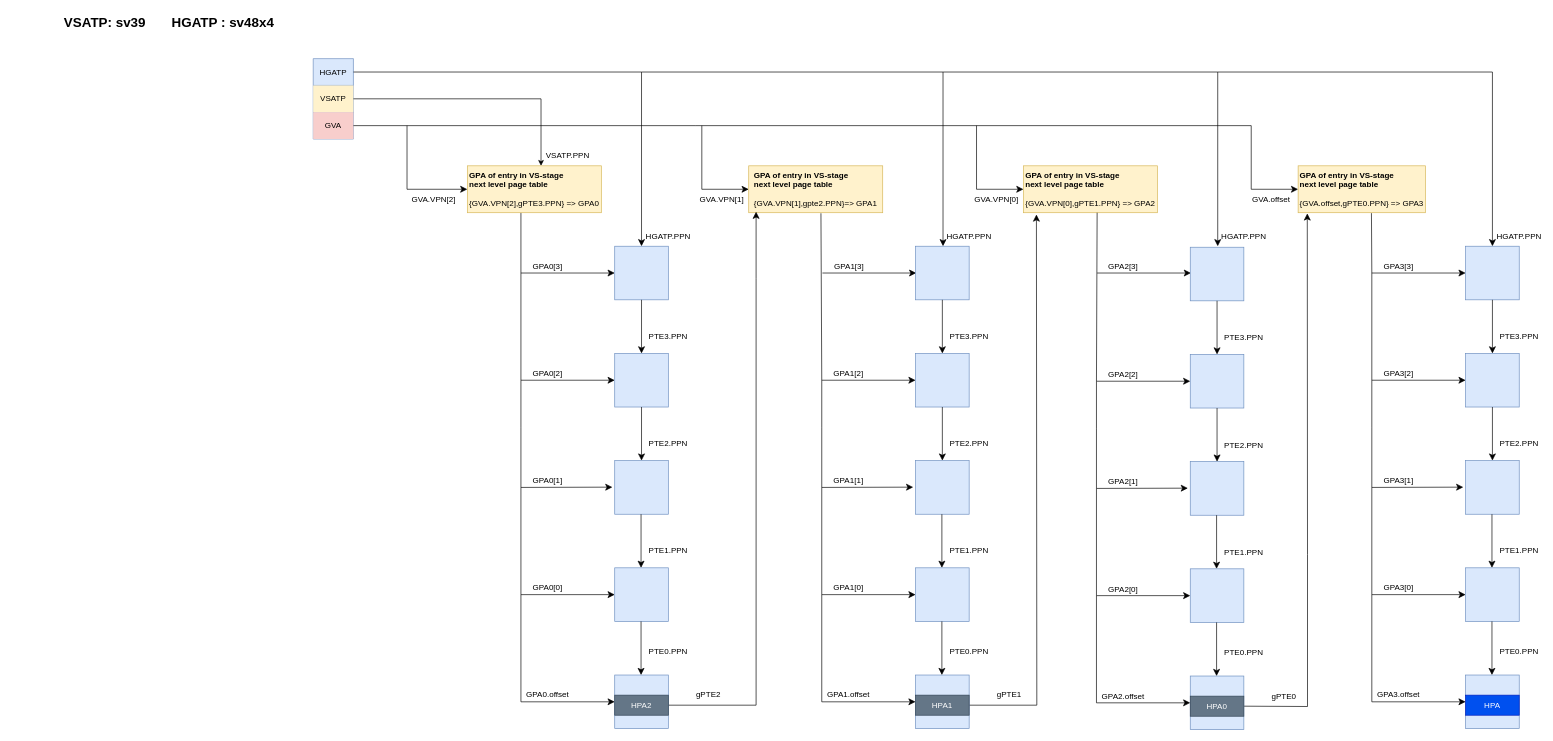
Before: page "Page-6" (6 of 8) of vsatp_bare_hgatp_sv39x4.drawio in junaida32/AQLTech, a draw.io diagram. Source tidied: cells renumbered, new cells numbered last; positions are measured from the earlier drawing's top-left corner, leaving out a move shared by most shapes. Both pictures are drawn from the tidied source at 67%, with x=0, y=0 at pixel (11, 11).
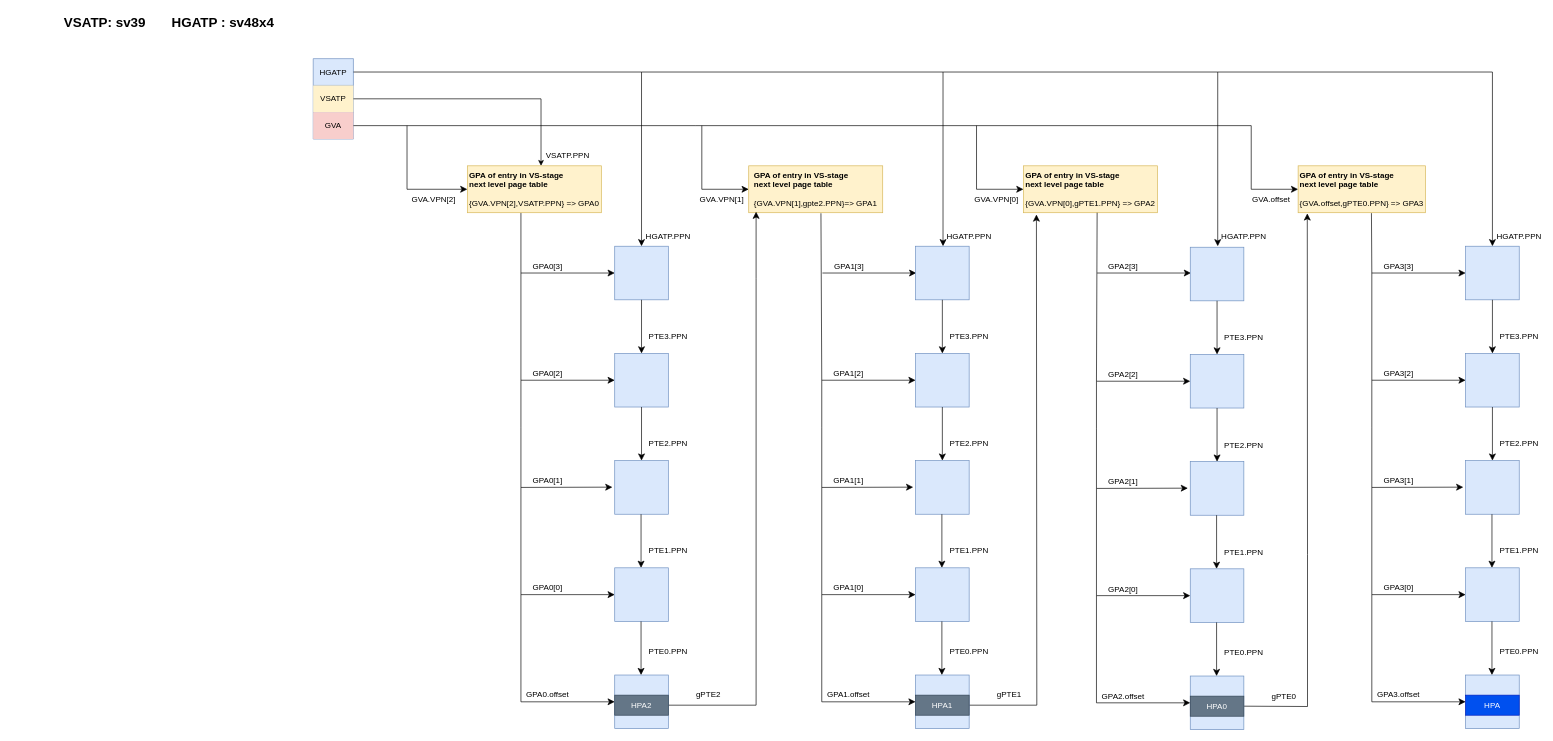
Above is the later version.

The edit, as a diff of the source:
```diff
@@
-    <mxCell id="10" value="&lt;div style=&quot;border-color: var(--border-color); text-align: left;&quot;&gt;&lt;/div&gt;&lt;span style=&quot;border-color: var(--border-color); background-color: initial;&quot;&gt;&lt;/span&gt;&lt;div style=&quot;border-color: var(--border-color); text-align: left;&quot;&gt;&lt;span style=&quot;border-color: var(--border-color); background-color: initial;&quot;&gt;&lt;b&gt;GPA of entry in VS-stage&lt;/b&gt;&lt;/span&gt;&lt;/div&gt;&lt;div style=&quot;border-color: var(--border-color); text-align: left;&quot;&gt;&lt;span style=&quot;border-color: var(--border-color); background-color: initial;&quot;&gt;&lt;b&gt;next level page table&lt;/b&gt;&lt;/span&gt;&lt;/div&gt;&lt;div style=&quot;border-color: var(--border-color); text-align: left;&quot;&gt;&lt;span style=&quot;border-color: var(--border-color); background-color: initial;&quot;&gt;&lt;b&gt;&lt;br&gt;&lt;/b&gt;&lt;/span&gt;&lt;/div&gt;&lt;div style=&quot;border-color: var(--border-color); text-align: left;&quot;&gt;&lt;span style=&quot;border-color: var(--border-color); background-color: initial;&quot;&gt;{GVA.VPN[2],gPTE3.PPN} =&amp;gt; GPA0&lt;/span&gt;&lt;/div&gt;" style="rounded=0;whiteSpace=wrap;html=1;verticalAlign=top;fillColor=#fff2cc;strokeColor=#d6b656;" parent="1" vertex="1">
+    <mxCell id="10" value="&lt;div style=&quot;border-color: var(--border-color); text-align: left;&quot;&gt;&lt;/div&gt;&lt;span style=&quot;border-color: var(--border-color); background-color: initial;&quot;&gt;&lt;/span&gt;&lt;div style=&quot;border-color: var(--border-color); text-align: left;&quot;&gt;&lt;span style=&quot;border-color: var(--border-color); background-color: initial;&quot;&gt;&lt;b&gt;GPA of entry in VS-stage&lt;/b&gt;&lt;/span&gt;&lt;/div&gt;&lt;div style=&quot;border-color: var(--border-color); text-align: left;&quot;&gt;&lt;span style=&quot;border-color: var(--border-color); background-color: initial;&quot;&gt;&lt;b&gt;next level page table&lt;/b&gt;&lt;/span&gt;&lt;/div&gt;&lt;div style=&quot;border-color: var(--border-color); text-align: left;&quot;&gt;&lt;span style=&quot;border-color: var(--border-color); background-color: initial;&quot;&gt;&lt;b&gt;&lt;br&gt;&lt;/b&gt;&lt;/span&gt;&lt;/div&gt;&lt;div style=&quot;border-color: var(--border-color); text-align: left;&quot;&gt;&lt;span style=&quot;border-color: var(--border-color); background-color: initial;&quot;&gt;{GVA.VPN[2],VSATP.PPN} =&amp;gt; GPA0&lt;/span&gt;&lt;/div&gt;" style="rounded=0;whiteSpace=wrap;html=1;verticalAlign=top;fillColor=#fff2cc;strokeColor=#d6b656;" parent="1" vertex="1">
       <mxGeometry x="680" y="230" width="200" height="70" as="geometry" />
     </mxCell>
```
